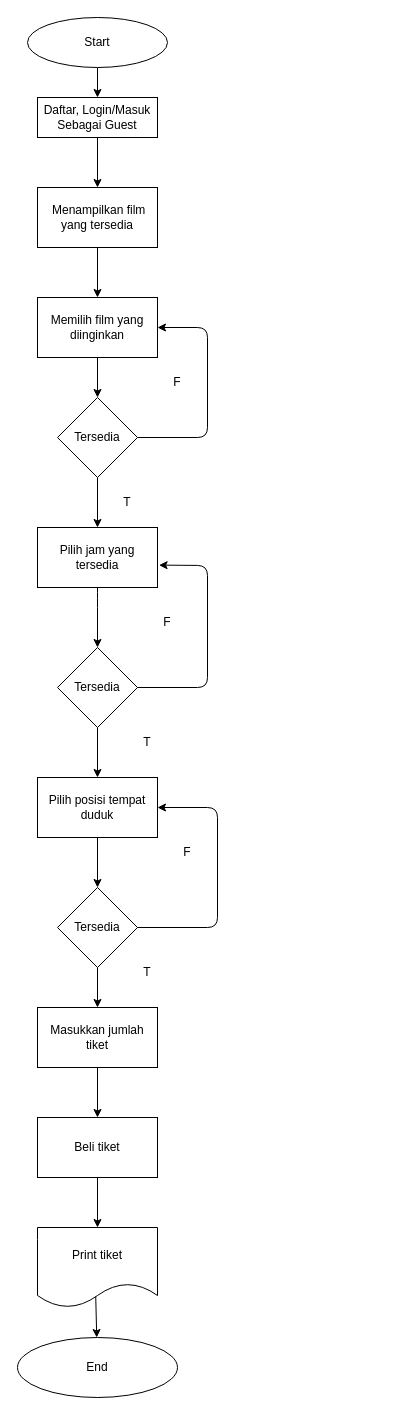
Before: project.drawio in Cindi2205/CGU-Ticketing-System, a draw.io diagram. Source tidied: cells renumbered, new cells numbered last; positions are measured from the earlier drawing's top-left corner, leaving out a move shared by most shapes. Both pictures are drawn from the tidied source at 100%, with x=0, y=0 at pixel (17, 17).
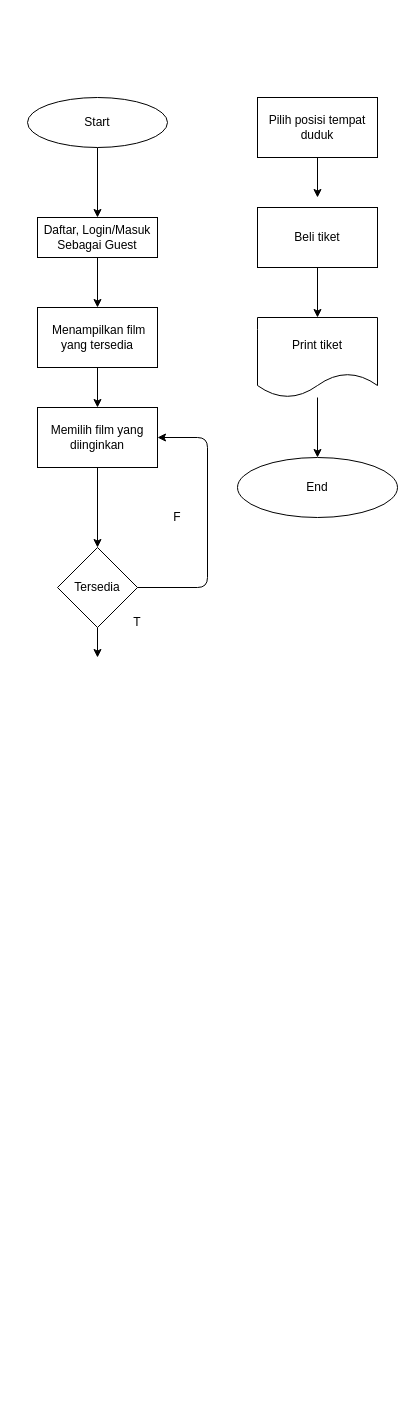
The same diagram, later.

Change to the diagram source:
```diff
@@
     <mxCell id="3" value="Start" style="ellipse;whiteSpace=wrap;html=1;" parent="1" vertex="1">
-      <mxGeometry x="10" width="140" height="50" as="geometry" />
+      <mxGeometry x="10" y="80" width="140" height="50" as="geometry" />
     </mxCell>
-    <mxCell id="4" style="edgeStyle=none;html=1;" parent="1" edge="1" source="5">
-      <mxGeometry relative="1" as="geometry">
-        <mxPoint x="80" y="170" as="targetPoint" />
-      </mxGeometry>
-    </mxCell>
+    <mxCell id="36" style="edgeStyle=none;html=1;" parent="1" edge="1" source="5" target="7">
+      <mxGeometry relative="1" as="geometry" />
+    </mxCell>
     <mxCell id="5" value="Daftar, Login/Masuk Sebagai Guest" style="whiteSpace=wrap;html=1;" parent="1" vertex="1">
-      <mxGeometry x="20" y="80" width="120" height="40" as="geometry" />
+      <mxGeometry x="20" y="200" width="120" height="40" as="geometry" />
     </mxCell>
@@
     <mxCell id="7" value="&amp;nbsp;Menampilkan film yang tersedia" style="whiteSpace=wrap;html=1;" parent="1" vertex="1">
-      <mxGeometry x="20" y="170" width="120" height="60" as="geometry" />
+      <mxGeometry x="20" y="290" width="120" height="60" as="geometry" />
     </mxCell>
@@
     <mxCell id="9" value="Memilih film yang diinginkan" style="whiteSpace=wrap;html=1;" parent="1" vertex="1">
-      <mxGeometry x="20" y="280" width="120" height="60" as="geometry" />
+      <mxGeometry x="20" y="390" width="120" height="60" as="geometry" />
     </mxCell>
-    <mxCell id="10" style="edgeStyle=none;html=1;" parent="1" edge="1" source="11" target="14">
-      <mxGeometry relative="1" as="geometry" />
-    </mxCell>
+    <mxCell id="37" style="edgeStyle=none;html=1;" parent="1" edge="1" source="11">
+      <mxGeometry relative="1" as="geometry">
+        <mxPoint x="80" y="640" as="targetPoint" />
+      </mxGeometry>
+    </mxCell>
     <mxCell id="11" value="Tersedia" style="rhombus;whiteSpace=wrap;html=1;" parent="1" vertex="1">
-      <mxGeometry x="40" y="380" width="80" height="80" as="geometry" />
+      <mxGeometry x="40" y="530" width="80" height="80" as="geometry" />
     </mxCell>
     <mxCell id="12" style="edgeStyle=none;html=1;exitX=1;exitY=0.5;exitDx=0;exitDy=0;entryX=1;entryY=0.5;entryDx=0;entryDy=0;" parent="1" edge="1" source="11" target="9">
       <mxGeometry relative="1" as="geometry">
         <Array as="points">
+          <mxPoint x="190" y="570" />
           <mxPoint x="190" y="420" />
-          <mxPoint x="190" y="310" />
         </Array>
       </mxGeometry>
     </mxCell>
     <mxCell id="13" value="F" style="text;html=1;align=center;verticalAlign=middle;whiteSpace=wrap;rounded=0;" parent="1" vertex="1">
-      <mxGeometry x="130" y="350" width="60" height="30" as="geometry" />
+      <mxGeometry x="130" y="485" width="60" height="30" as="geometry" />
     </mxCell>
-    <mxCell id="14" value="Pilih jam yang tersedia" style="whiteSpace=wrap;html=1;" parent="1" vertex="1">
-      <mxGeometry x="20" y="510" width="120" height="60" as="geometry" />
-    </mxCell>
     <mxCell id="15" value="T" style="text;html=1;align=center;verticalAlign=middle;whiteSpace=wrap;rounded=0;" parent="1" vertex="1">
-      <mxGeometry x="80" y="470" width="60" height="30" as="geometry" />
+      <mxGeometry x="90" y="590" width="60" height="30" as="geometry" />
     </mxCell>
-    <mxCell id="16" style="edgeStyle=none;html=1;exitX=0.5;exitY=1;exitDx=0;exitDy=0;" parent="1" edge="1" source="14" target="18">
-      <mxGeometry relative="1" as="geometry">
-        <Array as="points">
-          <mxPoint x="80" y="580" />
-        </Array>
-      </mxGeometry>
-    </mxCell>
-    <mxCell id="17" style="edgeStyle=none;html=1;" parent="1" edge="1" source="18" target="23">
-      <mxGeometry relative="1" as="geometry" />
-    </mxCell>
-    <mxCell id="18" value="Tersedia" style="rhombus;whiteSpace=wrap;html=1;" parent="1" vertex="1">
-      <mxGeometry x="40" y="630" width="80" height="80" as="geometry" />
-    </mxCell>
-    <mxCell id="19" style="edgeStyle=none;html=1;exitX=1;exitY=0.5;exitDx=0;exitDy=0;entryX=1.013;entryY=0.627;entryDx=0;entryDy=0;entryPerimeter=0;" parent="1" edge="1" source="18" target="14">
-      <mxGeometry relative="1" as="geometry">
-        <Array as="points">
-          <mxPoint x="190" y="670" />
-          <mxPoint x="190" y="548" />
-        </Array>
-      </mxGeometry>
-    </mxCell>
-    <mxCell id="20" value="F" style="text;html=1;align=center;verticalAlign=middle;whiteSpace=wrap;rounded=0;" parent="1" vertex="1">
-      <mxGeometry x="120" y="590" width="60" height="30" as="geometry" />
-    </mxCell>
-    <mxCell id="21" value="T" style="text;html=1;align=center;verticalAlign=middle;whiteSpace=wrap;rounded=0;" parent="1" vertex="1">
-      <mxGeometry x="100" y="710" width="60" height="30" as="geometry" />
-    </mxCell>
-    <mxCell id="22" style="edgeStyle=none;html=1;" parent="1" edge="1" source="23" target="25">
-      <mxGeometry relative="1" as="geometry" />
-    </mxCell>
+    <mxCell id="38" style="edgeStyle=none;html=1;" parent="1" edge="1" source="23">
+      <mxGeometry relative="1" as="geometry">
+        <mxPoint x="300" y="180" as="targetPoint" />
+      </mxGeometry>
+    </mxCell>
     <mxCell id="23" value="Pilih posisi tempat duduk" style="whiteSpace=wrap;html=1;" parent="1" vertex="1">
-      <mxGeometry x="20" y="760" width="120" height="60" as="geometry" />
+      <mxGeometry x="240" y="80" width="120" height="60" as="geometry" />
     </mxCell>
-    <mxCell id="24" style="edgeStyle=none;html=1;" parent="1" edge="1" source="25" target="30">
-      <mxGeometry relative="1" as="geometry" />
-    </mxCell>
-    <mxCell id="25" value="Tersedia" style="rhombus;whiteSpace=wrap;html=1;" parent="1" vertex="1">
-      <mxGeometry x="40" y="870" width="80" height="80" as="geometry" />
-    </mxCell>
-    <mxCell id="26" style="edgeStyle=none;html=1;exitX=1;exitY=0.5;exitDx=0;exitDy=0;entryX=1;entryY=0.5;entryDx=0;entryDy=0;" parent="1" edge="1" source="25" target="23">
-      <mxGeometry relative="1" as="geometry">
-        <Array as="points">
-          <mxPoint x="200" y="910" />
-          <mxPoint x="200" y="790" />
-        </Array>
-      </mxGeometry>
-    </mxCell>
-    <mxCell id="27" value="F" style="text;html=1;align=center;verticalAlign=middle;whiteSpace=wrap;rounded=0;" parent="1" vertex="1">
-      <mxGeometry x="140" y="820" width="60" height="30" as="geometry" />
-    </mxCell>
-    <mxCell id="28" value="T" style="text;html=1;align=center;verticalAlign=middle;whiteSpace=wrap;rounded=0;" parent="1" vertex="1">
-      <mxGeometry x="100" y="940" width="60" height="30" as="geometry" />
-    </mxCell>
-    <mxCell id="29" style="edgeStyle=none;html=1;" parent="1" edge="1" source="30" target="32">
-      <mxGeometry relative="1" as="geometry" />
-    </mxCell>
-    <mxCell id="30" value="Masukkan jumlah tiket" style="whiteSpace=wrap;html=1;" parent="1" vertex="1">
-      <mxGeometry x="20" y="990" width="120" height="60" as="geometry" />
-    </mxCell>
@@
     <mxCell id="32" value="Beli tiket" style="whiteSpace=wrap;html=1;" parent="1" vertex="1">
-      <mxGeometry x="20" y="1100" width="120" height="60" as="geometry" />
+      <mxGeometry x="240" y="190" width="120" height="60" as="geometry" />
     </mxCell>
-    <mxCell id="33" style="edgeStyle=none;html=1;" parent="1" edge="1" target="35">
-      <mxGeometry relative="1" as="geometry">
-        <mxPoint x="78" y="1270" as="sourcePoint" />
-      </mxGeometry>
-    </mxCell>
+    <mxCell id="39" style="edgeStyle=none;html=1;" parent="1" edge="1" source="34" target="35">
+      <mxGeometry relative="1" as="geometry" />
+    </mxCell>
     <mxCell id="34" value="Print tiket" style="shape=document;whiteSpace=wrap;html=1;boundedLbl=1;" parent="1" vertex="1">
-      <mxGeometry x="20" y="1210" width="120" height="80" as="geometry" />
+      <mxGeometry x="240" y="300" width="120" height="80" as="geometry" />
     </mxCell>
     <mxCell id="35" value="End" style="ellipse;whiteSpace=wrap;html=1;" parent="1" vertex="1">
-      <mxGeometry y="1320" width="160" height="60" as="geometry" />
+      <mxGeometry x="220" y="440" width="160" height="60" as="geometry" />
     </mxCell>
```
